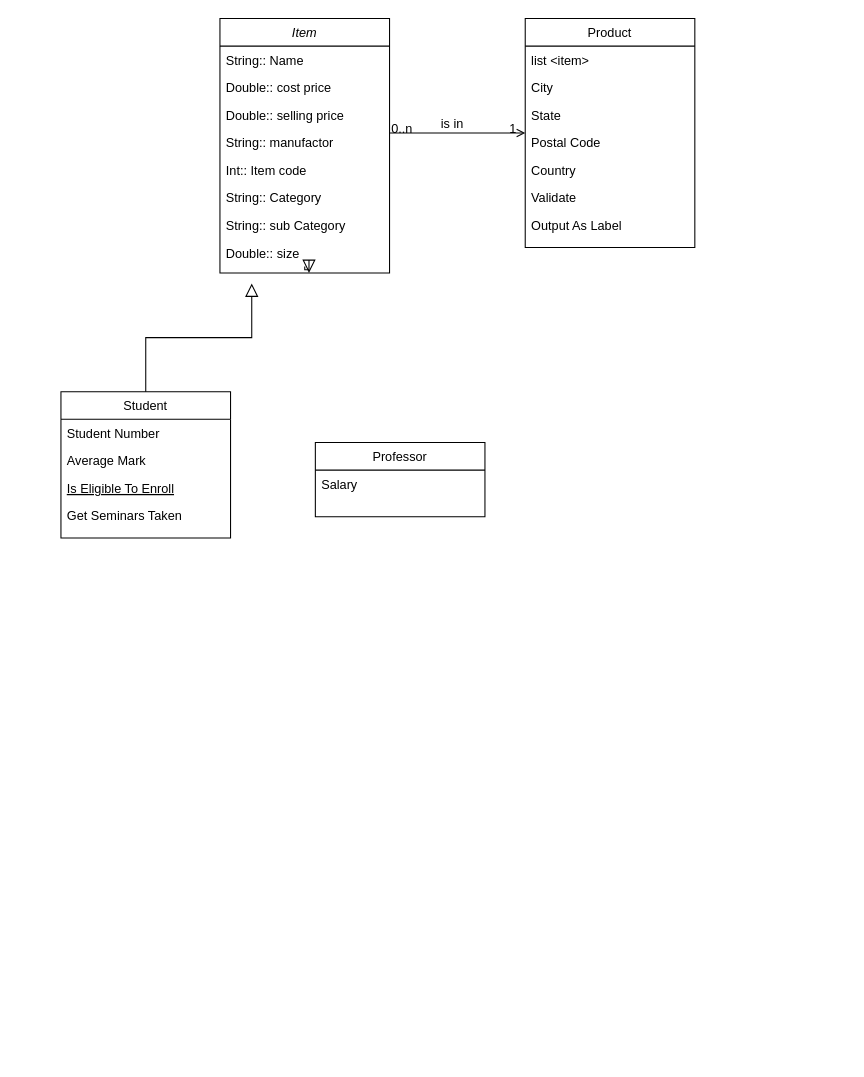
Before: dev/storage/src/Classes/Untitled Diagram.drawio in AdvaHalamish/ADSS_Group_DDD_a, a draw.io diagram. Source tidied: cells renumbered, new cells numbered last; positions are measured from the earlier drawing's top-left corner, leaving out a move shared by most shapes. Both pictures are drawn from the tidied source at 106%, with x=0, y=0 at pixel (60, 18).
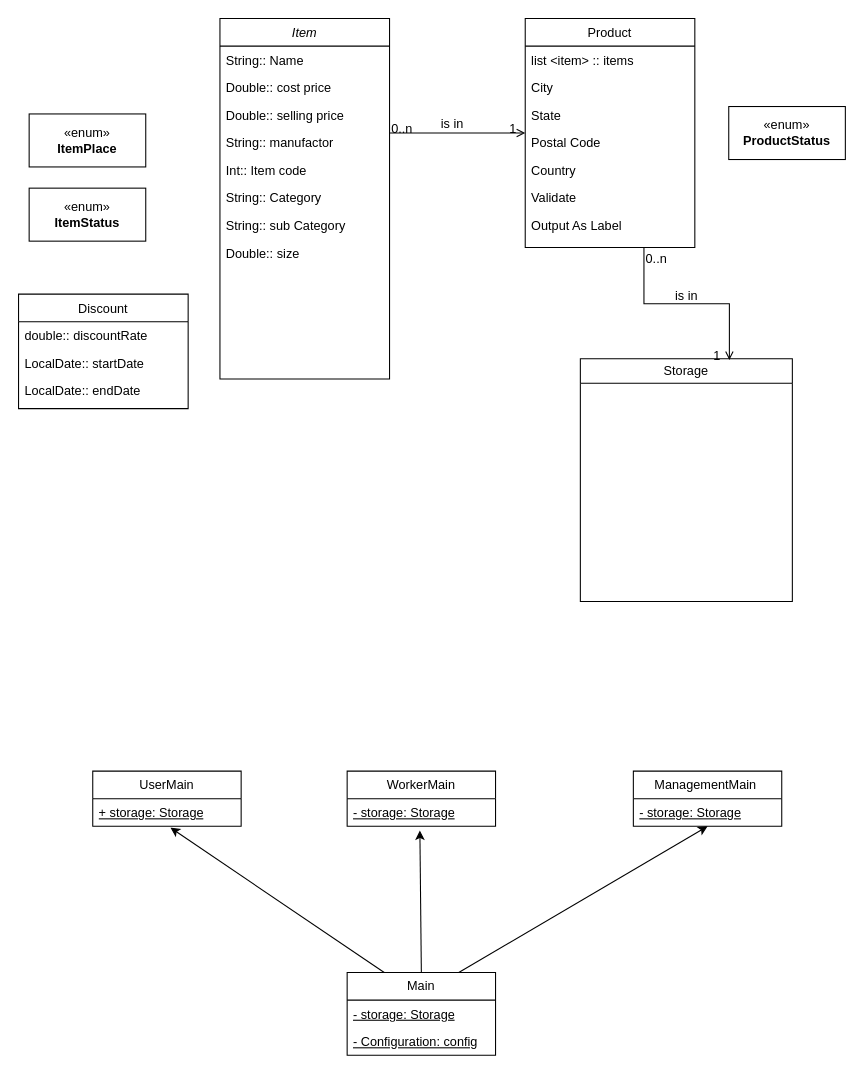
After the change.

Unchanged cells that the change refers to:
```xml
<mxCell id="10" value="Double:: size" style="text;align=left;verticalAlign=top;spacingLeft=4;spacingRight=4;overflow=hidden;points=[[0,0.5],[1,0.5]];portConstraint=eastwest;rounded=0;shadow=0;html=0;" parent="2" vertex="1">
  <mxGeometry y="208" width="160" height="26" as="geometry" />
</mxCell>
<mxCell id="20" value="Product" style="swimlane;fontStyle=0;align=center;verticalAlign=top;horizontal=1;startSize=26;rounded=0;shadow=0;strokeWidth=1;" parent="1" vertex="1">
  <mxGeometry x="438" width="160" height="216" as="geometry" />
</mxCell>
```

What changed in the source:
```diff
@@
     <mxCell id="2" value="Item" style="swimlane;fontStyle=2;align=center;verticalAlign=top;horizontal=1;startSize=26;rounded=0;shadow=0;strokeWidth=1;" parent="1" vertex="1">
-      <mxGeometry x="150" width="160" height="240" as="geometry" />
+      <mxGeometry x="150" width="160" height="340" as="geometry" />
     </mxCell>
@@
-    <mxCell id="11" value="Student" style="swimlane;fontStyle=0;align=center;verticalAlign=top;horizontal=1;startSize=26;rounded=0;shadow=0;strokeWidth=1;" parent="1" vertex="1">
-      <mxGeometry y="352" width="160" height="138" as="geometry" />
+    <mxCell id="11" value="Discount" style="swimlane;fontStyle=0;align=center;verticalAlign=top;horizontal=1;startSize=26;rounded=0;shadow=0;strokeWidth=1;" parent="1" vertex="1">
+      <mxGeometry x="-40" y="260" width="160" height="108" as="geometry" />
     </mxCell>
-    <mxCell id="12" value="Student Number" style="text;align=left;verticalAlign=top;spacingLeft=4;spacingRight=4;overflow=hidden;" parent="11" vertex="1">
+    <mxCell id="12" value="double:: discountRate" style="text;align=left;verticalAlign=top;spacingLeft=4;spacingRight=4;overflow=hidden;" parent="11" vertex="1">
       <mxGeometry y="26" width="160" height="26" as="geometry" />
     </mxCell>
-    <mxCell id="13" value="Average Mark" style="text;align=left;verticalAlign=top;spacingLeft=4;spacingRight=4;overflow=hidden;rounded=0;shadow=0;html=0;" parent="11" vertex="1">
+    <mxCell id="13" value="LocalDate:: startDate" style="text;align=left;verticalAlign=top;spacingLeft=4;spacingRight=4;overflow=hidden;rounded=0;shadow=0;html=0;" parent="11" vertex="1">
       <mxGeometry y="52" width="160" height="26" as="geometry" />
     </mxCell>
-    <mxCell id="14" value="Is Eligible To Enroll" style="text;align=left;verticalAlign=top;spacingLeft=4;spacingRight=4;overflow=hidden;fontStyle=4;" parent="11" vertex="1">
+    <mxCell id="14" value="LocalDate:: endDate" style="text;align=left;verticalAlign=top;spacingLeft=4;spacingRight=4;overflow=hidden;fontStyle=0;" parent="11" vertex="1">
       <mxGeometry y="78" width="160" height="26" as="geometry" />
     </mxCell>
-    <mxCell id="15" value="Get Seminars Taken" style="text;align=left;verticalAlign=top;spacingLeft=4;spacingRight=4;overflow=hidden;" parent="11" vertex="1">
-      <mxGeometry y="104" width="160" height="26" as="geometry" />
-    </mxCell>
-    <mxCell id="16" style="endArrow=block;endSize=10;endFill=0;shadow=0;strokeWidth=1;rounded=0;curved=0;edgeStyle=elbowEdgeStyle;elbow=vertical;" parent="1" edge="1" source="11">
-      <mxGeometry relative="1" as="geometry">
-        <mxPoint x="180" y="250" as="targetPoint" />
-      </mxGeometry>
-    </mxCell>
-    <mxCell id="17" value="Professor" style="swimlane;fontStyle=0;align=center;verticalAlign=top;horizontal=1;startSize=26;rounded=0;shadow=0;strokeWidth=1;" parent="1" vertex="1">
-      <mxGeometry x="240" y="400" width="160" height="70" as="geometry" />
-    </mxCell>
-    <mxCell id="18" value="Salary" style="text;align=left;verticalAlign=top;spacingLeft=4;spacingRight=4;overflow=hidden;" parent="17" vertex="1">
-      <mxGeometry y="26" width="160" height="26" as="geometry" />
-    </mxCell>
-    <mxCell id="19" style="endArrow=block;endSize=10;endFill=0;shadow=0;strokeWidth=1;rounded=0;curved=0;edgeStyle=elbowEdgeStyle;elbow=vertical;" parent="1" edge="1" source="10">
-      <mxGeometry relative="1" as="geometry">
-        <mxPoint x="234" y="240" as="targetPoint" />
-      </mxGeometry>
-    </mxCell>
@@
-    <mxCell id="21" value="list &lt;item&gt; " style="text;align=left;verticalAlign=top;spacingLeft=4;spacingRight=4;overflow=hidden;" parent="20" vertex="1">
+    <mxCell id="21" value="list &lt;item&gt; :: items " style="text;align=left;verticalAlign=top;spacingLeft=4;spacingRight=4;overflow=hidden;" parent="20" vertex="1">
       <mxGeometry y="26" width="160" height="26" as="geometry" />
     </mxCell>
@@
+    <mxCell id="32" value="&lt;span style=&quot;font-weight: normal;&quot;&gt;Storage&lt;/span&gt;" style="swimlane;whiteSpace=wrap;html=1;" parent="1" vertex="1">
+      <mxGeometry x="490" y="321" width="200" height="229" as="geometry" />
+    </mxCell>
+    <mxCell id="33" style="endArrow=open;shadow=0;strokeWidth=1;rounded=0;curved=0;endFill=1;edgeStyle=elbowEdgeStyle;elbow=vertical;entryX=0.703;entryY=0.005;entryDx=0;entryDy=0;entryPerimeter=0;" parent="1" edge="1" target="32">
+      <mxGeometry x="0.5" y="41" relative="1" as="geometry">
+        <mxPoint x="550" y="216" as="sourcePoint" />
+        <mxPoint x="-40" y="32" as="offset" />
+      </mxGeometry>
+    </mxCell>
+    <mxCell id="34" value="0..n" style="align=left;verticalAlign=bottom;labelBackgroundColor=none;fontSize=12;" parent="33" vertex="1">
+      <mxGeometry x="-1" relative="1" as="geometry">
+        <mxPoint y="19" as="offset" />
+      </mxGeometry>
+    </mxCell>
+    <mxCell id="35" value="1" style="align=right;verticalAlign=bottom;labelBackgroundColor=none;fontSize=12;" parent="33" vertex="1">
+      <mxGeometry x="1" relative="1" as="geometry">
+        <mxPoint x="-7" y="4" as="offset" />
+      </mxGeometry>
+    </mxCell>
+    <mxCell id="36" value="is in" style="text;html=1;align=center;verticalAlign=middle;labelBackgroundColor=none;rounded=0;shadow=0;strokeWidth=1;fontSize=12;" parent="33" vertex="1">
+      <mxGeometry x="0.5" y="49" relative="1" as="geometry">
+        <mxPoint x="-90" y="-14" as="offset" />
+      </mxGeometry>
+    </mxCell>
+    <mxCell id="37" value="«enum»&lt;br&gt;&lt;b&gt;ItemStatus&lt;/b&gt;" style="html=1;whiteSpace=wrap;" parent="1" vertex="1">
+      <mxGeometry x="-30" y="160" width="110" height="50" as="geometry" />
+    </mxCell>
+    <mxCell id="38" value="«enum»&lt;br&gt;&lt;b&gt;ItemPlace&lt;/b&gt;" style="html=1;whiteSpace=wrap;" parent="1" vertex="1">
+      <mxGeometry x="-30" y="90" width="110" height="50" as="geometry" />
+    </mxCell>
+    <mxCell id="39" value="«enum»&lt;br&gt;&lt;b&gt;ProductStatus&lt;/b&gt;" style="html=1;whiteSpace=wrap;" parent="1" vertex="1">
+      <mxGeometry x="630" y="83" width="110" height="50" as="geometry" />
+    </mxCell>
+    <mxCell id="40" value="UserMain" style="swimlane;fontStyle=0;horizontal=1;startSize=26;fillColor=none;whiteSpace=wrap;html=1;" parent="1" vertex="1">
+      <mxGeometry x="30" y="710" width="140" height="52" as="geometry" />
+    </mxCell>
+    <mxCell id="41" value="&lt;u&gt;+ storage: Storage&lt;/u&gt;" style="text;strokeColor=none;fillColor=none;align=left;verticalAlign=top;spacingLeft=4;spacingRight=4;overflow=hidden;points=[[0,0.5],[1,0.5]];portConstraint=eastwest;whiteSpace=wrap;html=1;" parent="40" vertex="1">
+      <mxGeometry y="26" width="140" height="26" as="geometry" />
+    </mxCell>
+    <mxCell id="42" value="WorkerMain" style="swimlane;fontStyle=0;horizontal=1;startSize=26;fillColor=none;whiteSpace=wrap;html=1;" parent="1" vertex="1">
+      <mxGeometry x="270" y="710" width="140" height="52" as="geometry" />
+    </mxCell>
+    <mxCell id="43" value="&lt;u&gt;- storage: Storage&lt;/u&gt;" style="text;strokeColor=none;fillColor=none;align=left;verticalAlign=top;spacingLeft=4;spacingRight=4;overflow=hidden;whiteSpace=wrap;html=1;" parent="42" vertex="1">
+      <mxGeometry y="26" width="140" height="26" as="geometry" />
+    </mxCell>
+    <mxCell id="44" value="ManagementMain&amp;nbsp;" style="swimlane;fontStyle=0;horizontal=1;startSize=26;fillColor=none;whiteSpace=wrap;html=1;" parent="1" vertex="1">
+      <mxGeometry x="540" y="710" width="140" height="52" as="geometry" />
+    </mxCell>
+    <mxCell id="45" value="&lt;u&gt;- storage: Storage&lt;/u&gt;" style="text;strokeColor=none;fillColor=none;align=left;verticalAlign=top;spacingLeft=4;spacingRight=4;overflow=hidden;whiteSpace=wrap;html=1;" parent="44" vertex="1">
+      <mxGeometry y="26" width="140" height="26" as="geometry" />
+    </mxCell>
+    <mxCell id="46" value="Main" style="swimlane;fontStyle=0;horizontal=1;startSize=26;fillColor=none;whiteSpace=wrap;html=1;" parent="1" vertex="1">
+      <mxGeometry x="270" y="900" width="140" height="78" as="geometry" />
+    </mxCell>
+    <mxCell id="47" value="&lt;u&gt;- storage: Storage&lt;/u&gt;" style="text;strokeColor=none;fillColor=none;align=left;verticalAlign=top;spacingLeft=4;spacingRight=4;overflow=hidden;whiteSpace=wrap;html=1;" parent="46" vertex="1">
+      <mxGeometry y="26" width="140" height="26" as="geometry" />
+    </mxCell>
+    <mxCell id="48" value="&lt;u&gt;- Configuration: config&lt;/u&gt;" style="text;strokeColor=none;fillColor=none;align=left;verticalAlign=top;spacingLeft=4;spacingRight=4;overflow=hidden;whiteSpace=wrap;html=1;" parent="46" vertex="1">
+      <mxGeometry y="52" width="140" height="26" as="geometry" />
+    </mxCell>
+    <mxCell id="49" style="endArrow=classic;html=1;rounded=0;exitX=0.5;exitY=0;exitDx=0;exitDy=0;entryX=0.49;entryY=0.923;entryDx=0;entryDy=0;entryPerimeter=0;" parent="1" edge="1" source="46">
+      <mxGeometry relative="1" as="geometry">
+        <mxPoint x="338.6" y="766" as="targetPoint" />
+      </mxGeometry>
+    </mxCell>
+    <mxCell id="50" style="endArrow=classic;html=1;rounded=0;exitX=0.25;exitY=0;exitDx=0;exitDy=0;entryX=0.524;entryY=1.051;entryDx=0;entryDy=0;entryPerimeter=0;" parent="1" edge="1" source="46" target="41">
+      <mxGeometry relative="1" as="geometry" />
+    </mxCell>
+    <mxCell id="51" style="endArrow=classic;html=1;rounded=0;exitX=0.25;exitY=0;exitDx=0;exitDy=0;entryX=0.5;entryY=1;entryDx=0;entryDy=0;" parent="1" edge="1" target="44">
+      <mxGeometry relative="1" as="geometry">
+        <mxPoint x="375.3" y="900" as="sourcePoint" />
+      </mxGeometry>
+    </mxCell>
```
